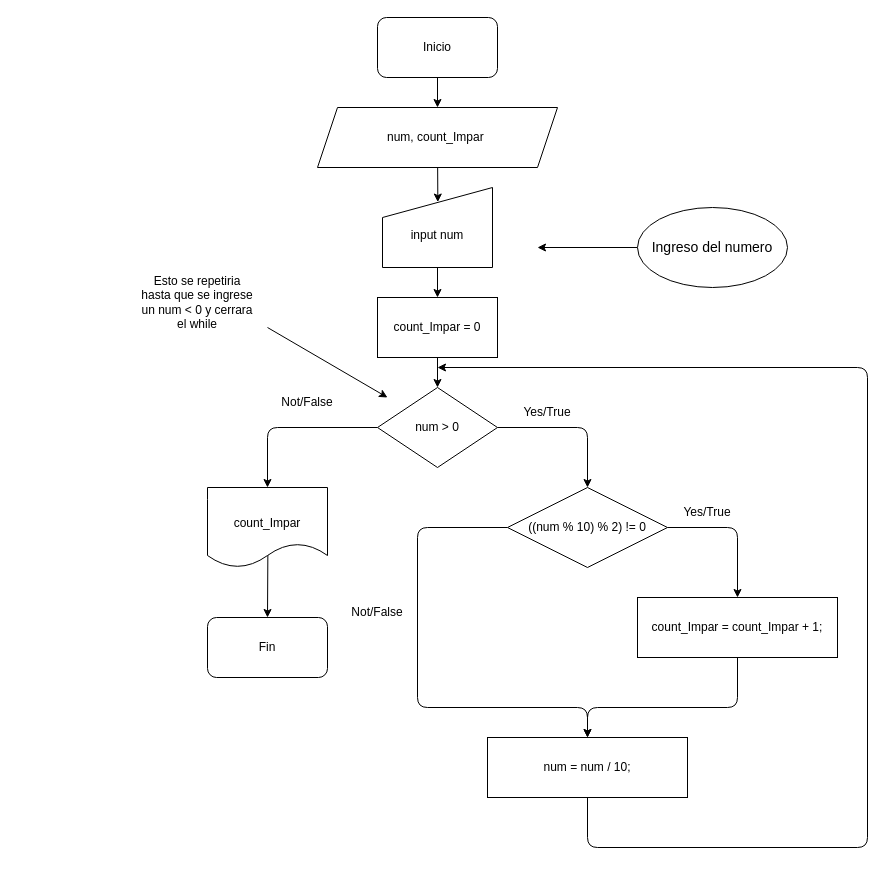
Earlier version of the draw.io diagram CantidadDeDigitosImparesNum.drawio (AnthonyLozadaAlexander/DiagramaDeFlujos). Source tidied: cells renumbered, new cells numbered last; positions are measured from the earlier drawing's top-left corner, leaving out a move shared by most shapes. Both pictures are drawn from the tidied source at 100%, with x=0, y=0 at pixel (137, 17).
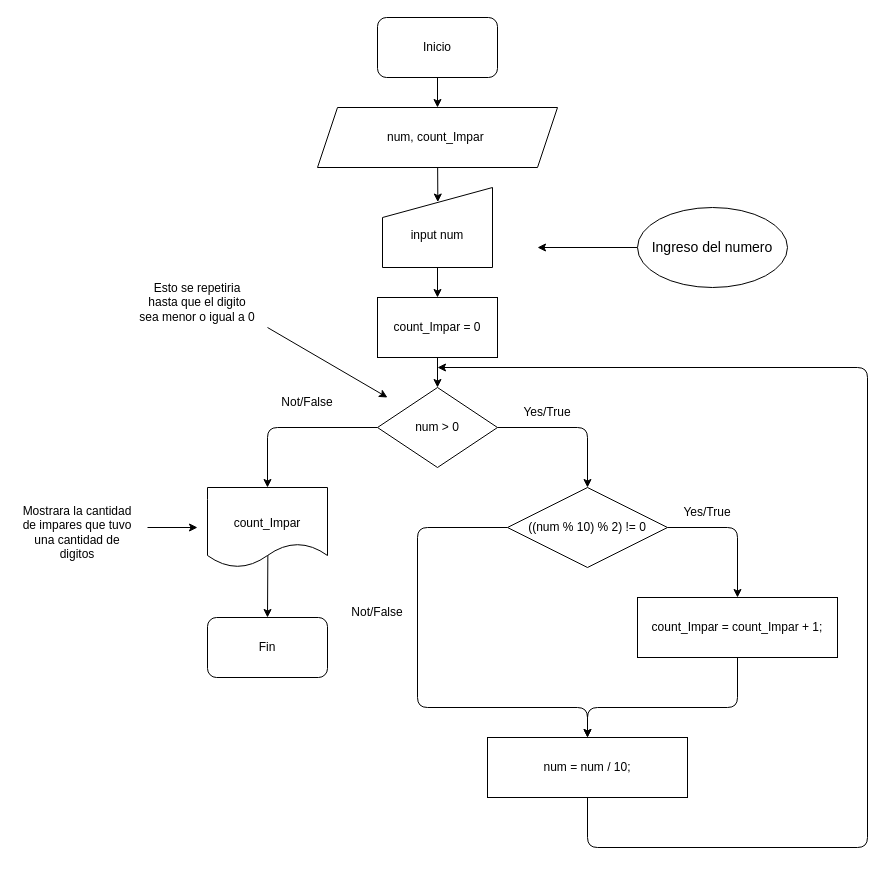
The same page after the edit.

Commit message:
Actualizar lógica y texto en el diagrama de flujo de CantidadDeDigitosImparesNum.drawio para mejorar la claridad y la precisión de las condiciones

Diff of the diagram source:
```diff
@@
-    <mxCell id="29" value="Esto se repetiria hasta que se ingrese un num &amp;lt; 0 y cerrara el while" style="text;html=1;align=center;verticalAlign=middle;whiteSpace=wrap;rounded=0;" parent="1" vertex="1">
+    <mxCell id="29" value="Esto se repetiria hasta que el digito sea menor o igual a 0" style="text;html=1;align=center;verticalAlign=middle;whiteSpace=wrap;rounded=0;" parent="1" vertex="1">
       <mxGeometry y="270" width="120" height="30" as="geometry" />
     </mxCell>
@@
+    <mxCell id="31" value="Mostrara la cantidad de impares que tuvo una cantidad de digitos" style="text;html=1;align=center;verticalAlign=middle;whiteSpace=wrap;rounded=0;" parent="1" vertex="1">
+      <mxGeometry x="-120" y="500" width="120" height="30" as="geometry" />
+    </mxCell>
+    <mxCell id="32" style="endArrow=classic;html=1;" parent="1" edge="1">
+      <mxGeometry relative="1" as="geometry">
+        <mxPoint x="10" y="510" as="sourcePoint" />
+        <mxPoint x="60" y="510" as="targetPoint" />
+      </mxGeometry>
+    </mxCell>
```
